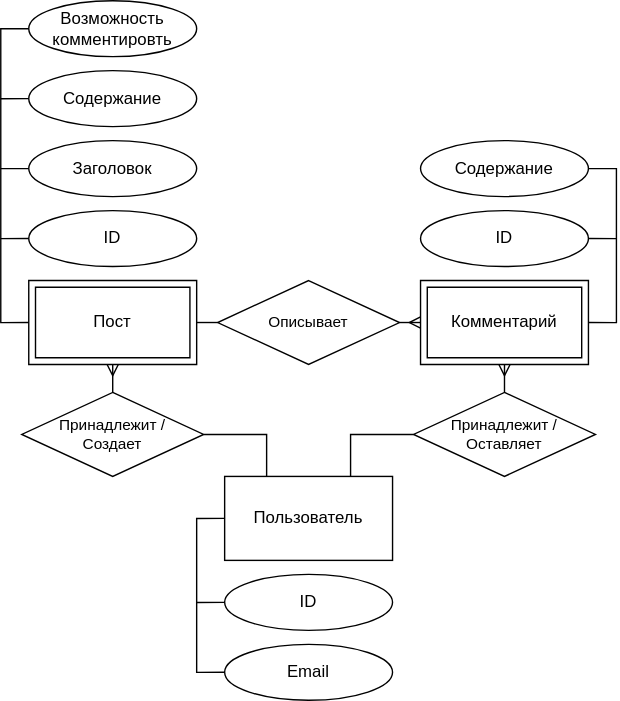
muji40k/ozontestcomms keeps this draw.io diagram as res/er.svg. Above is the earlier version. Source tidied: cells renumbered, new cells last; positions are measured from the earlier drawing's top-left corner, leaving out a move shared by most shapes.
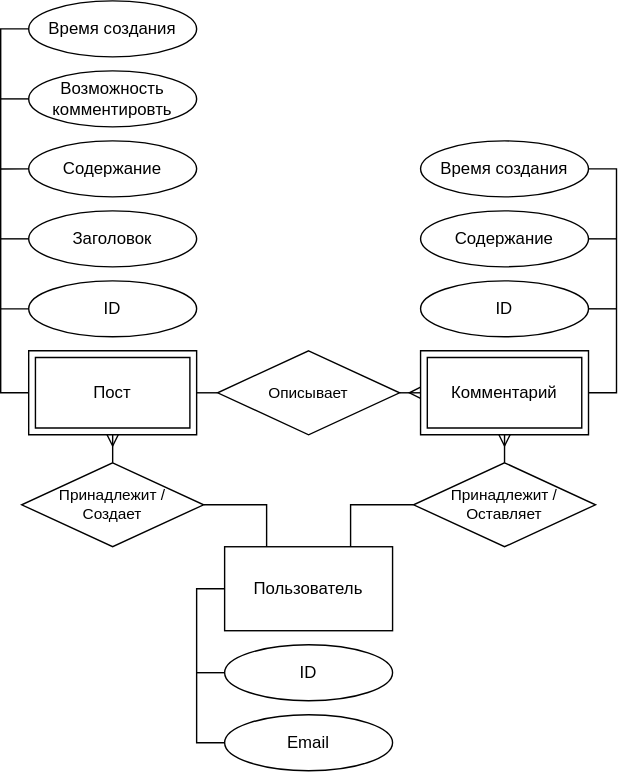
After the commit.

What changed in the source:
```diff
@@ -2,19 +2,19 @@
   <root>
     <mxCell id="0" />
     <mxCell id="1" parent="0" />
-    <mxCell id="2" style="edgeStyle=orthogonalEdgeStyle;rounded=0;jettySize=auto;html=1;exitX=0;exitY=0.5;exitDx=0;exitDy=0;entryX=0;entryY=0.5;entryDx=0;entryDy=0;endArrow=none;startFill=0;exitPerimeter=0;labelBackgroundColor=none;" parent="1" edge="1" source="25" target="21">
+    <mxCell id="2" style="edgeStyle=orthogonalEdgeStyle;rounded=0;jettySize=auto;html=1;exitX=0;exitY=0.5;exitDx=0;exitDy=0;entryX=0;entryY=0.5;entryDx=0;entryDy=0;endArrow=none;startFill=0;exitPerimeter=0;labelBackgroundColor=none;" parent="1" edge="1" source="27" target="32">
       <mxGeometry relative="1" as="geometry" />
     </mxCell>
-    <mxCell id="3" style="edgeStyle=orthogonalEdgeStyle;shape=connector;rounded=0;jettySize=auto;html=1;exitX=1;exitY=0.5;exitDx=0;exitDy=0;entryX=0;entryY=0.5;entryDx=0;entryDy=0;strokeColor=default;align=center;verticalAlign=middle;fontFamily=Helvetica;fontSize=11;fontColor=default;labelBackgroundColor=none;startFill=0;endArrow=none;endFill=0;exitPerimeter=0;" parent="1" edge="1" source="25" target="28">
+    <mxCell id="3" style="edgeStyle=orthogonalEdgeStyle;shape=connector;rounded=0;jettySize=auto;html=1;exitX=1;exitY=0.5;exitDx=0;exitDy=0;entryX=0;entryY=0.5;entryDx=0;entryDy=0;strokeColor=default;align=center;verticalAlign=middle;fontFamily=Helvetica;fontSize=11;fontColor=default;labelBackgroundColor=none;startFill=0;endArrow=none;endFill=0;exitPerimeter=0;" parent="1" edge="1" source="27" target="30">
       <mxGeometry relative="1" as="geometry" />
     </mxCell>
-    <mxCell id="4" style="edgeStyle=orthogonalEdgeStyle;shape=connector;rounded=0;jettySize=auto;html=1;exitX=0;exitY=0.5;exitDx=0;exitDy=0;entryX=0;entryY=0.5;entryDx=0;entryDy=0;strokeColor=default;align=center;verticalAlign=middle;fontFamily=Helvetica;fontSize=11;fontColor=default;labelBackgroundColor=none;startFill=0;endArrow=none;" parent="1" edge="1" source="7" target="20">
+    <mxCell id="4" style="edgeStyle=orthogonalEdgeStyle;shape=connector;rounded=0;jettySize=auto;html=1;exitX=0;exitY=0.5;exitDx=0;exitDy=0;entryX=0;entryY=0.5;entryDx=0;entryDy=0;strokeColor=default;align=center;verticalAlign=middle;fontFamily=Helvetica;fontSize=11;fontColor=default;labelBackgroundColor=none;startFill=0;endArrow=none;" parent="1" edge="1" source="7" target="21">
       <mxGeometry relative="1" as="geometry" />
     </mxCell>
-    <mxCell id="5" style="edgeStyle=orthogonalEdgeStyle;shape=connector;rounded=0;jettySize=auto;html=1;exitX=0.5;exitY=0;exitDx=0;exitDy=0;entryX=0.5;entryY=1;entryDx=0;entryDy=0;strokeColor=default;align=center;verticalAlign=middle;fontFamily=Helvetica;fontSize=11;fontColor=default;labelBackgroundColor=none;startFill=0;endArrow=ERmany;endFill=0;entryPerimeter=0;" parent="1" edge="1" source="27" target="24">
+    <mxCell id="5" style="edgeStyle=orthogonalEdgeStyle;shape=connector;rounded=0;jettySize=auto;html=1;exitX=0.5;exitY=0;exitDx=0;exitDy=0;entryX=0.5;entryY=1;entryDx=0;entryDy=0;strokeColor=default;align=center;verticalAlign=middle;fontFamily=Helvetica;fontSize=11;fontColor=default;labelBackgroundColor=none;startFill=0;endArrow=ERmany;endFill=0;entryPerimeter=0;" parent="1" edge="1" source="29" target="26">
       <mxGeometry relative="1" as="geometry" />
     </mxCell>
-    <mxCell id="6" style="edgeStyle=orthogonalEdgeStyle;shape=connector;rounded=0;jettySize=auto;html=1;exitX=0.5;exitY=0;exitDx=0;exitDy=0;entryX=0.5;entryY=1;entryDx=0;entryDy=0;strokeColor=default;align=center;verticalAlign=middle;fontFamily=Helvetica;fontSize=11;fontColor=default;labelBackgroundColor=none;startFill=0;endArrow=ERmany;endFill=0;entryPerimeter=0;" parent="1" edge="1" source="23" target="25">
+    <mxCell id="6" style="edgeStyle=orthogonalEdgeStyle;shape=connector;rounded=0;jettySize=auto;html=1;exitX=0.5;exitY=0;exitDx=0;exitDy=0;entryX=0.5;entryY=1;entryDx=0;entryDy=0;strokeColor=default;align=center;verticalAlign=middle;fontFamily=Helvetica;fontSize=11;fontColor=default;labelBackgroundColor=none;startFill=0;endArrow=ERmany;endFill=0;entryPerimeter=0;" parent="1" edge="1" source="25" target="27">
       <mxGeometry relative="1" as="geometry" />
     </mxCell>
     <mxCell id="7" value="Пользователь" style="rounded=0;whiteSpace=wrap;html=1;labelBackgroundColor=none;fillColor=none;" parent="1" vertex="1">
@@ -44,7 +44,7 @@
     <mxCell id="13" value="ID" style="ellipse;whiteSpace=wrap;html=1;labelBackgroundColor=none;fillColor=none;" parent="1" vertex="1">
       <mxGeometry x="20" y="150" width="120" height="40" as="geometry" />
     </mxCell>
-    <mxCell id="14" style="edgeStyle=orthogonalEdgeStyle;shape=connector;rounded=0;jettySize=auto;html=1;exitX=1;exitY=0.5;exitDx=0;exitDy=0;entryX=1;entryY=0.5;entryDx=0;entryDy=0;strokeColor=default;align=center;verticalAlign=middle;fontFamily=Helvetica;fontSize=11;fontColor=default;labelBackgroundColor=none;startFill=0;endArrow=none;entryPerimeter=0;" parent="1" edge="1" source="17" target="24">
+    <mxCell id="14" style="edgeStyle=orthogonalEdgeStyle;shape=connector;rounded=0;jettySize=auto;html=1;exitX=1;exitY=0.5;exitDx=0;exitDy=0;entryX=1;entryY=0.5;entryDx=0;entryDy=0;strokeColor=default;align=center;verticalAlign=middle;fontFamily=Helvetica;fontSize=11;fontColor=default;labelBackgroundColor=none;startFill=0;endArrow=none;entryPerimeter=0;" parent="1" edge="1" source="33" target="26">
       <mxGeometry relative="1" as="geometry" />
     </mxCell>
     <mxCell id="15" style="edgeStyle=orthogonalEdgeStyle;shape=connector;rounded=0;jettySize=auto;html=1;exitX=1;exitY=0.5;exitDx=0;exitDy=0;strokeColor=default;align=center;verticalAlign=middle;fontFamily=Helvetica;fontSize=11;fontColor=default;labelBackgroundColor=none;startFill=0;endArrow=none;" parent="1" edge="1" source="16">
@@ -55,46 +55,62 @@
     <mxCell id="16" value="ID" style="ellipse;whiteSpace=wrap;html=1;labelBackgroundColor=none;fillColor=none;" parent="1" vertex="1">
       <mxGeometry x="300" y="150" width="120" height="40" as="geometry" />
     </mxCell>
-    <mxCell id="17" value="Содержание" style="ellipse;whiteSpace=wrap;html=1;labelBackgroundColor=none;fillColor=none;" parent="1" vertex="1">
-      <mxGeometry x="300" y="100" width="120" height="40" as="geometry" />
+    <mxCell id="17" style="edgeStyle=orthogonalEdgeStyle;shape=connector;rounded=0;jettySize=auto;html=1;exitX=1;exitY=0.5;exitDx=0;exitDy=0;strokeColor=default;align=center;verticalAlign=middle;fontFamily=Helvetica;fontSize=11;fontColor=default;labelBackgroundColor=default;startFill=0;endArrow=none;" parent="1" edge="1" source="18">
+      <mxGeometry relative="1" as="geometry">
+        <mxPoint x="440" y="120" as="targetPoint" />
+      </mxGeometry>
     </mxCell>
-    <mxCell id="18" style="edgeStyle=orthogonalEdgeStyle;shape=connector;rounded=0;jettySize=auto;html=1;exitX=0;exitY=0.5;exitDx=0;exitDy=0;strokeColor=default;align=center;verticalAlign=middle;fontFamily=Helvetica;fontSize=11;fontColor=default;labelBackgroundColor=none;startFill=0;endArrow=none;" parent="1" edge="1" source="19">
-      <mxGeometry relative="1" as="geometry">
-        <mxPoint x="140" y="429.8" as="targetPoint" />
-      </mxGeometry>
+    <mxCell id="18" value="Содержание" style="ellipse;whiteSpace=wrap;html=1;labelBackgroundColor=none;fillColor=none;" parent="1" vertex="1">
+      <mxGeometry x="300" y="100" width="120" height="40" as="geometry" />
     </mxCell>
-    <mxCell id="19" value="ID" style="ellipse;whiteSpace=wrap;html=1;labelBackgroundColor=none;fillColor=none;" parent="1" vertex="1">
-      <mxGeometry x="160" y="410" width="120" height="40" as="geometry" />
+    <mxCell id="19" style="edgeStyle=orthogonalEdgeStyle;shape=connector;rounded=0;jettySize=auto;html=1;exitX=0;exitY=0.5;exitDx=0;exitDy=0;strokeColor=default;align=center;verticalAlign=middle;fontFamily=Helvetica;fontSize=11;fontColor=default;labelBackgroundColor=none;startFill=0;endArrow=none;" parent="1" edge="1" source="20">
+      <mxGeometry relative="1" as="geometry">
+        <mxPoint x="140" y="429.8" as="targetPoint" />
+      </mxGeometry>
     </mxCell>
-    <mxCell id="20" value="Email" style="ellipse;whiteSpace=wrap;html=1;labelBackgroundColor=none;fillColor=none;" parent="1" vertex="1">
-      <mxGeometry x="160" y="460" width="120" height="40" as="geometry" />
+    <mxCell id="20" value="ID" style="ellipse;whiteSpace=wrap;html=1;labelBackgroundColor=none;fillColor=none;" parent="1" vertex="1">
+      <mxGeometry x="160" y="410" width="120" height="40" as="geometry" />
     </mxCell>
-    <mxCell id="21" value="Возможность комментировть" style="ellipse;whiteSpace=wrap;html=1;labelBackgroundColor=none;fillColor=none;" parent="1" vertex="1">
-      <mxGeometry x="20" width="120" height="40" as="geometry" />
+    <mxCell id="21" value="Email" style="ellipse;whiteSpace=wrap;html=1;labelBackgroundColor=none;fillColor=none;" parent="1" vertex="1">
+      <mxGeometry x="160" y="460" width="120" height="40" as="geometry" />
     </mxCell>
-    <mxCell id="22" style="edgeStyle=orthogonalEdgeStyle;shape=connector;rounded=0;jettySize=auto;html=1;exitX=0.25;exitY=0;exitDx=0;exitDy=0;entryX=1;entryY=0.5;entryDx=0;entryDy=0;strokeColor=default;align=center;verticalAlign=middle;fontFamily=Helvetica;fontSize=11;fontColor=default;labelBackgroundColor=none;startFill=0;endArrow=none;endFill=0;" parent="1" edge="1" source="7" target="23">
-      <mxGeometry relative="1" as="geometry" />
+    <mxCell id="22" style="edgeStyle=orthogonalEdgeStyle;shape=connector;rounded=0;jettySize=auto;html=1;exitX=0;exitY=0.5;exitDx=0;exitDy=0;strokeColor=default;align=center;verticalAlign=middle;fontFamily=Helvetica;fontSize=11;fontColor=default;labelBackgroundColor=default;startFill=0;endArrow=none;" parent="1" edge="1" source="23">
+      <mxGeometry relative="1" as="geometry">
+        <mxPoint y="20" as="targetPoint" />
+      </mxGeometry>
     </mxCell>
-    <mxCell id="23" value="&lt;span&gt;Принадлежит /&lt;/span&gt;&lt;div&gt;&lt;span&gt;Создает&lt;/span&gt;&lt;/div&gt;" style="rhombus;whiteSpace=wrap;html=1;fontFamily=Helvetica;fontSize=11;fontColor=default;labelBackgroundColor=none;fillColor=none;" parent="1" vertex="1">
-      <mxGeometry x="15" y="280" width="130" height="60" as="geometry" />
+    <mxCell id="23" value="Возможность комментировть" style="ellipse;whiteSpace=wrap;html=1;labelBackgroundColor=none;fillColor=none;" parent="1" vertex="1">
+      <mxGeometry x="20" width="120" height="40" as="geometry" />
     </mxCell>
-    <mxCell id="24" value="&lt;span style=&quot;font-size: 12px;&quot;&gt;Комментарий&lt;/span&gt;" style="verticalLabelPosition=middle;verticalAlign=middle;html=1;shape=mxgraph.basic.frame;dx=4.82;whiteSpace=wrap;fontFamily=Helvetica;fontSize=11;fontColor=default;labelBackgroundColor=none;align=center;labelPosition=center;fillColor=none;" parent="1" vertex="1">
-      <mxGeometry x="300" y="200" width="120" height="60" as="geometry" />
+    <mxCell id="24" style="edgeStyle=orthogonalEdgeStyle;shape=connector;rounded=0;jettySize=auto;html=1;exitX=0.25;exitY=0;exitDx=0;exitDy=0;entryX=1;entryY=0.5;entryDx=0;entryDy=0;strokeColor=default;align=center;verticalAlign=middle;fontFamily=Helvetica;fontSize=11;fontColor=default;labelBackgroundColor=none;startFill=0;endArrow=none;endFill=0;" parent="1" edge="1" source="7" target="25">
+      <mxGeometry relative="1" as="geometry" />
     </mxCell>
-    <mxCell id="25" value="&lt;span style=&quot;font-size: 12px;&quot;&gt;Пост&lt;/span&gt;" style="verticalLabelPosition=middle;verticalAlign=middle;html=1;shape=mxgraph.basic.frame;dx=4.82;whiteSpace=wrap;fontFamily=Helvetica;fontSize=11;fontColor=default;labelBackgroundColor=none;align=center;labelPosition=center;fillColor=none;" parent="1" vertex="1">
-      <mxGeometry x="20" y="200" width="120" height="60" as="geometry" />
+    <mxCell id="25" value="&lt;span&gt;Принадлежит /&lt;/span&gt;&lt;div&gt;&lt;span&gt;Создает&lt;/span&gt;&lt;/div&gt;" style="rhombus;whiteSpace=wrap;html=1;fontFamily=Helvetica;fontSize=11;fontColor=default;labelBackgroundColor=none;fillColor=none;" parent="1" vertex="1">
+      <mxGeometry x="15" y="280" width="130" height="60" as="geometry" />
     </mxCell>
-    <mxCell id="26" style="edgeStyle=orthogonalEdgeStyle;shape=connector;rounded=0;jettySize=auto;html=1;exitX=0.75;exitY=0;exitDx=0;exitDy=0;entryX=0;entryY=0.5;entryDx=0;entryDy=0;strokeColor=default;align=center;verticalAlign=middle;fontFamily=Helvetica;fontSize=11;fontColor=default;labelBackgroundColor=none;startFill=0;endArrow=none;endFill=0;" parent="1" edge="1" source="7" target="27">
-      <mxGeometry relative="1" as="geometry" />
+    <mxCell id="26" value="&lt;span style=&quot;font-size: 12px;&quot;&gt;Комментарий&lt;/span&gt;" style="verticalLabelPosition=middle;verticalAlign=middle;html=1;shape=mxgraph.basic.frame;dx=4.82;whiteSpace=wrap;fontFamily=Helvetica;fontSize=11;fontColor=default;labelBackgroundColor=none;align=center;labelPosition=center;fillColor=none;" parent="1" vertex="1">
+      <mxGeometry x="300" y="200" width="120" height="60" as="geometry" />
     </mxCell>
-    <mxCell id="27" value="&lt;span&gt;Принадлежит /&lt;/span&gt;&lt;div&gt;Оставляет&lt;/div&gt;" style="rhombus;whiteSpace=wrap;html=1;fontFamily=Helvetica;fontSize=11;fontColor=default;labelBackgroundColor=none;fillColor=none;" parent="1" vertex="1">
-      <mxGeometry x="295" y="280" width="130" height="60" as="geometry" />
+    <mxCell id="27" value="&lt;span style=&quot;font-size: 12px;&quot;&gt;Пост&lt;/span&gt;" style="verticalLabelPosition=middle;verticalAlign=middle;html=1;shape=mxgraph.basic.frame;dx=4.82;whiteSpace=wrap;fontFamily=Helvetica;fontSize=11;fontColor=default;labelBackgroundColor=none;align=center;labelPosition=center;fillColor=none;" parent="1" vertex="1">
+      <mxGeometry x="20" y="200" width="120" height="60" as="geometry" />
     </mxCell>
-    <mxCell id="28" value="Описывает" style="rhombus;whiteSpace=wrap;html=1;fontFamily=Helvetica;fontSize=11;fontColor=default;labelBackgroundColor=none;fillColor=none;" parent="1" vertex="1">
-      <mxGeometry x="155" y="200" width="130" height="60" as="geometry" />
+    <mxCell id="28" style="edgeStyle=orthogonalEdgeStyle;shape=connector;rounded=0;jettySize=auto;html=1;exitX=0.75;exitY=0;exitDx=0;exitDy=0;entryX=0;entryY=0.5;entryDx=0;entryDy=0;strokeColor=default;align=center;verticalAlign=middle;fontFamily=Helvetica;fontSize=11;fontColor=default;labelBackgroundColor=none;startFill=0;endArrow=none;endFill=0;" parent="1" edge="1" source="7" target="29">
+      <mxGeometry relative="1" as="geometry" />
     </mxCell>
-    <mxCell id="29" style="edgeStyle=orthogonalEdgeStyle;shape=connector;rounded=0;jettySize=auto;html=1;exitX=1;exitY=0.5;exitDx=0;exitDy=0;entryX=0;entryY=0.5;entryDx=0;entryDy=0;entryPerimeter=0;strokeColor=default;align=center;verticalAlign=middle;fontFamily=Helvetica;fontSize=11;fontColor=default;labelBackgroundColor=default;startFill=0;endArrow=ERmany;endFill=0;" parent="1" edge="1" source="28" target="24">
-      <mxGeometry relative="1" as="geometry" />
+    <mxCell id="29" value="&lt;span&gt;Принадлежит /&lt;/span&gt;&lt;div&gt;Оставляет&lt;/div&gt;" style="rhombus;whiteSpace=wrap;html=1;fontFamily=Helvetica;fontSize=11;fontColor=default;labelBackgroundColor=none;fillColor=none;" parent="1" vertex="1">
+      <mxGeometry x="295" y="280" width="130" height="60" as="geometry" />
     </mxCell>
+    <mxCell id="30" value="Описывает" style="rhombus;whiteSpace=wrap;html=1;fontFamily=Helvetica;fontSize=11;fontColor=default;labelBackgroundColor=none;fillColor=none;" parent="1" vertex="1">
+      <mxGeometry x="155" y="200" width="130" height="60" as="geometry" />
+    </mxCell>
+    <mxCell id="31" style="edgeStyle=orthogonalEdgeStyle;shape=connector;rounded=0;jettySize=auto;html=1;exitX=1;exitY=0.5;exitDx=0;exitDy=0;entryX=0;entryY=0.5;entryDx=0;entryDy=0;entryPerimeter=0;strokeColor=default;align=center;verticalAlign=middle;fontFamily=Helvetica;fontSize=11;fontColor=default;labelBackgroundColor=default;startFill=0;endArrow=ERmany;endFill=0;" parent="1" edge="1" source="30" target="26">
+      <mxGeometry relative="1" as="geometry" />
+    </mxCell>
+    <mxCell id="32" value="Время создания" style="ellipse;whiteSpace=wrap;html=1;labelBackgroundColor=none;fillColor=none;" parent="1" vertex="1">
+      <mxGeometry x="20" y="-50" width="120" height="40" as="geometry" />
+    </mxCell>
+    <mxCell id="33" value="Время создания" style="ellipse;whiteSpace=wrap;html=1;labelBackgroundColor=none;fillColor=none;" parent="1" vertex="1">
+      <mxGeometry x="300" y="50" width="120" height="40" as="geometry" />
+    </mxCell>
   </root>
 </mxGraphModel>
```
